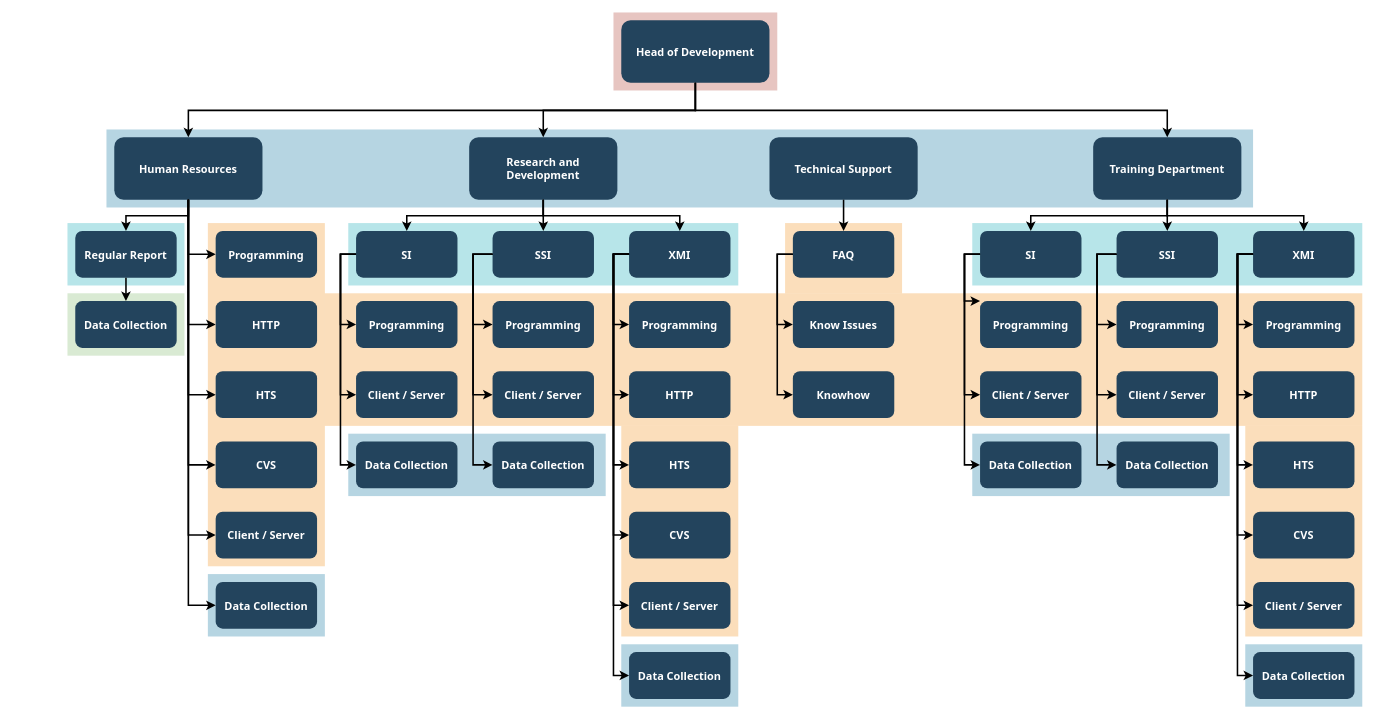
This is Untitled Diagram.drawio from eleanorMarquez/TYPO3CMS-Tutorial-GettingStarted, a draw.io file, before an edit. Source tidied: cells renumbered, new cells numbered last; positions are measured from the earlier drawing's top-left corner, leaving out a move shared by most shapes. Both pictures are drawn from the tidied source at 78%, with x=0, y=0 at pixel (67, 12).
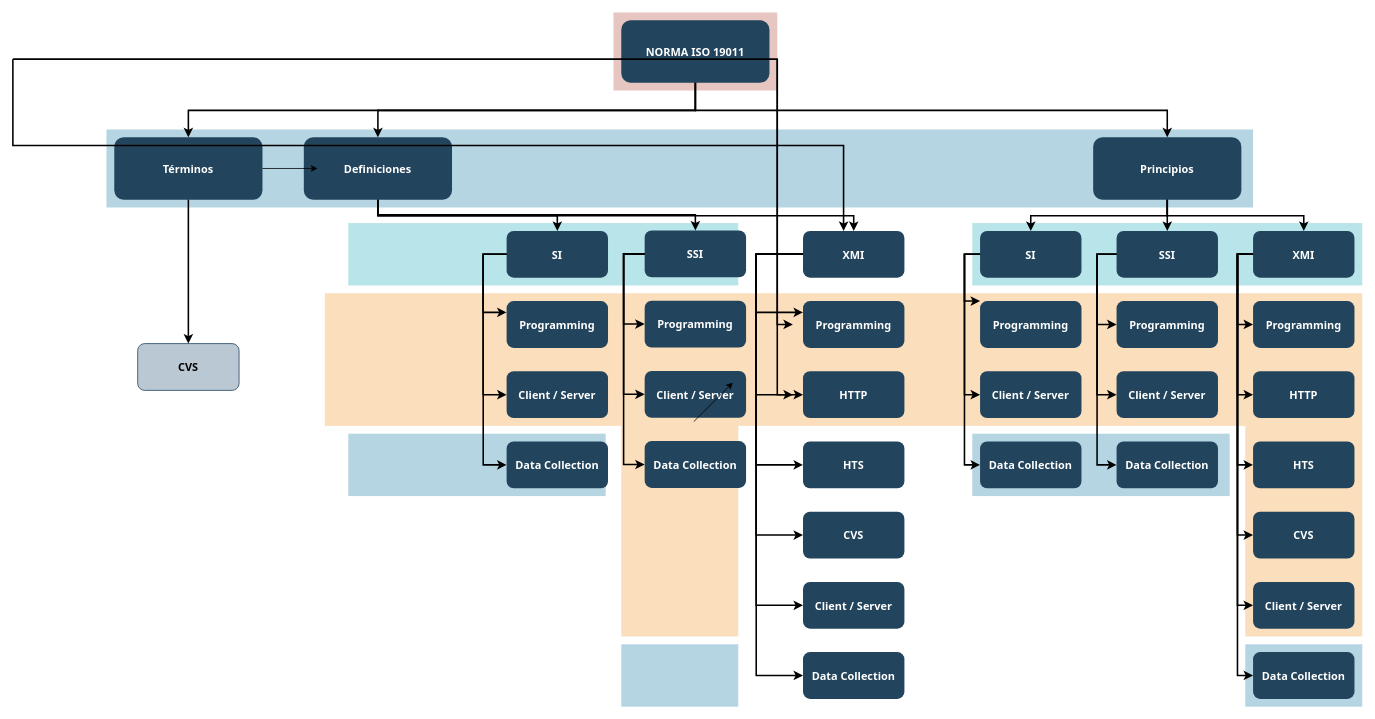
The same diagram, later.

Commit message (it also covers changes not shown here):
Norma ISO

What changed in the source:
```diff
@@
-    <mxCell id="5" style="fillColor=#F2931E;strokeColor=none;opacity=30;" parent="1" vertex="1">
-      <mxGeometry x="920" y="269.5" width="150" height="90" as="geometry" />
-    </mxCell>
@@
-    <mxCell id="7" style="fillColor=#F2931E;strokeColor=none;opacity=30;" parent="1" vertex="1">
-      <mxGeometry x="180" y="269.5" width="150" height="440" as="geometry" />
-    </mxCell>
@@
-    <mxCell id="13" style="fillColor=#10739E;strokeColor=none;opacity=30;" parent="1" vertex="1">
-      <mxGeometry x="180" y="719.5" width="150" height="80" as="geometry" />
-    </mxCell>
-    <mxCell id="14" style="fillColor=#D9EAD3;strokeColor=none;" parent="1" vertex="1">
-      <mxGeometry y="359.5" width="150" height="80" as="geometry" />
-    </mxCell>
@@
-    <mxCell id="17" style="fillColor=#12AAB5;strokeColor=none;opacity=30;" parent="1" vertex="1">
-      <mxGeometry y="269.5" width="150" height="80" as="geometry" />
-    </mxCell>
-    <mxCell id="18" value="Head of Development" style="rounded=1;fillColor=#23445D;gradientColor=none;strokeColor=none;fontColor=#FFFFFF;fontStyle=1;fontFamily=Tahoma;fontSize=14;" parent="1" vertex="1">
+    <mxCell id="18" value="NORMA ISO 19011" style="rounded=1;fillColor=#23445D;gradientColor=none;strokeColor=none;fontColor=#FFFFFF;fontStyle=1;fontFamily=Tahoma;fontSize=14;" parent="1" vertex="1">
       <mxGeometry x="710" y="9.5" width="190" height="80" as="geometry" />
     </mxCell>
-    <mxCell id="19" value="Training Department" style="rounded=1;fillColor=#23445D;gradientColor=none;strokeColor=none;fontColor=#FFFFFF;fontStyle=1;fontFamily=Tahoma;fontSize=14;" parent="1" vertex="1">
+    <mxCell id="19" value="Principios" style="rounded=1;fillColor=#23445D;gradientColor=none;strokeColor=none;fontColor=#FFFFFF;fontStyle=1;fontFamily=Tahoma;fontSize=14;" parent="1" vertex="1">
       <mxGeometry x="1315" y="159.5" width="190" height="80" as="geometry" />
     </mxCell>
@@
-    <mxCell id="21" value="Technical Support" style="rounded=1;fillColor=#23445D;gradientColor=none;strokeColor=none;fontColor=#FFFFFF;fontStyle=1;fontFamily=Tahoma;fontSize=14;" parent="1" vertex="1">
-      <mxGeometry x="900" y="159.5" width="190" height="80" as="geometry" />
-    </mxCell>
-    <mxCell id="22" value="Research and &#10;Development" style="rounded=1;fillColor=#23445D;gradientColor=none;strokeColor=none;fontColor=#FFFFFF;fontStyle=1;fontFamily=Tahoma;fontSize=14;" parent="1" vertex="1">
-      <mxGeometry x="515" y="159.5" width="190" height="80" as="geometry" />
+    <mxCell id="22" value="Definiciones" style="rounded=1;fillColor=#23445D;gradientColor=none;strokeColor=none;fontColor=#FFFFFF;fontStyle=1;fontFamily=Tahoma;fontSize=14;" parent="1" vertex="1">
+      <mxGeometry x="303" y="159.5" width="190" height="80" as="geometry" />
     </mxCell>
-    <mxCell id="23" value="Human Resources" style="rounded=1;fillColor=#23445D;gradientColor=none;strokeColor=none;fontColor=#FFFFFF;fontStyle=1;fontFamily=Tahoma;fontSize=14;" parent="1" vertex="1">
+    <mxCell id="23" value="Términos" style="rounded=1;fillColor=#23445D;gradientColor=none;strokeColor=none;fontColor=#FFFFFF;fontStyle=1;fontFamily=Tahoma;fontSize=14;" parent="1" vertex="1">
       <mxGeometry x="60" y="159.5" width="190" height="80" as="geometry" />
     </mxCell>
-    <mxCell id="24" value="Regular Report" style="rounded=1;fillColor=#23445D;gradientColor=none;strokeColor=none;fontColor=#FFFFFF;fontStyle=1;fontFamily=Tahoma;fontSize=14;" parent="1" vertex="1">
-      <mxGeometry x="10" y="279.5" width="130" height="60" as="geometry" />
-    </mxCell>
-    <mxCell id="25" value="Data Collection" style="rounded=1;fillColor=#23445D;gradientColor=none;strokeColor=none;fontColor=#FFFFFF;fontStyle=1;fontFamily=Tahoma;fontSize=14;" parent="1" vertex="1">
-      <mxGeometry x="10" y="369.5" width="130" height="60" as="geometry" />
-    </mxCell>
-    <mxCell id="26" value="Programming" style="rounded=1;fillColor=#23445D;gradientColor=none;strokeColor=none;fontColor=#FFFFFF;fontStyle=1;fontFamily=Tahoma;fontSize=14;" parent="1" vertex="1">
-      <mxGeometry x="190" y="279.5" width="130" height="60" as="geometry" />
-    </mxCell>
-    <mxCell id="27" value="HTTP" style="rounded=1;fillColor=#23445D;gradientColor=none;strokeColor=none;fontColor=#FFFFFF;fontStyle=1;fontFamily=Tahoma;fontSize=14;" parent="1" vertex="1">
-      <mxGeometry x="190" y="369.5" width="130" height="60" as="geometry" />
-    </mxCell>
-    <mxCell id="28" value="HTS" style="rounded=1;fillColor=#23445D;gradientColor=none;strokeColor=none;fontColor=#FFFFFF;fontStyle=1;fontFamily=Tahoma;fontSize=14;" parent="1" vertex="1">
-      <mxGeometry x="190" y="459.5" width="130" height="60" as="geometry" />
-    </mxCell>
-    <mxCell id="29" value="CVS" style="rounded=1;fillColor=#23445D;gradientColor=none;strokeColor=none;fontColor=#FFFFFF;fontStyle=1;fontFamily=Tahoma;fontSize=14;" parent="1" vertex="1">
-      <mxGeometry x="190" y="549.5" width="130" height="60" as="geometry" />
+    <mxCell id="29" value="CVS" style="rounded=1;fillColor=#bac8d3;strokeColor=#23445d;fontStyle=1;fontFamily=Tahoma;fontSize=14;" parent="1" vertex="1">
+      <mxGeometry x="90" y="424" width="130" height="60" as="geometry" />
     </mxCell>
-    <mxCell id="30" value="Client / Server" style="rounded=1;fillColor=#23445D;gradientColor=none;strokeColor=none;fontColor=#FFFFFF;fontStyle=1;fontFamily=Tahoma;fontSize=14;" parent="1" vertex="1">
-      <mxGeometry x="190" y="639.5" width="130" height="60" as="geometry" />
-    </mxCell>
-    <mxCell id="31" value="Data Collection" style="rounded=1;fillColor=#23445D;gradientColor=none;strokeColor=none;fontColor=#FFFFFF;fontStyle=1;fontFamily=Tahoma;fontSize=14;" parent="1" vertex="1">
-      <mxGeometry x="190" y="729.5" width="130" height="60" as="geometry" />
-    </mxCell>
     <mxCell id="32" value="SI" style="rounded=1;fillColor=#23445D;gradientColor=none;strokeColor=none;fontColor=#FFFFFF;fontStyle=1;fontFamily=Tahoma;fontSize=14;" parent="1" vertex="1">
-      <mxGeometry x="370" y="279.5" width="130" height="60" as="geometry" />
+      <mxGeometry x="563" y="279.5" width="130" height="60" as="geometry" />
     </mxCell>
     <mxCell id="33" value="Programming" style="rounded=1;fillColor=#23445D;gradientColor=none;strokeColor=none;fontColor=#FFFFFF;fontStyle=1;fontFamily=Tahoma;fontSize=14;" parent="1" vertex="1">
-      <mxGeometry x="370" y="369.5" width="130" height="60" as="geometry" />
+      <mxGeometry x="563" y="369.5" width="130" height="60" as="geometry" />
     </mxCell>
     <mxCell id="34" value="Client / Server" style="rounded=1;fillColor=#23445D;gradientColor=none;strokeColor=none;fontColor=#FFFFFF;fontStyle=1;fontFamily=Tahoma;fontSize=14;" parent="1" vertex="1">
-      <mxGeometry x="370" y="459.5" width="130" height="60" as="geometry" />
+      <mxGeometry x="563" y="459.5" width="130" height="60" as="geometry" />
     </mxCell>
     <mxCell id="35" value="Data Collection" style="rounded=1;fillColor=#23445D;gradientColor=none;strokeColor=none;fontColor=#FFFFFF;fontStyle=1;fontFamily=Tahoma;fontSize=14;" parent="1" vertex="1">
-      <mxGeometry x="370" y="549.5" width="130" height="60" as="geometry" />
+      <mxGeometry x="563" y="549.5" width="130" height="60" as="geometry" />
     </mxCell>
     <mxCell id="36" value="SSI" style="rounded=1;fillColor=#23445D;gradientColor=none;strokeColor=none;fontColor=#FFFFFF;fontStyle=1;fontFamily=Tahoma;fontSize=14;" parent="1" vertex="1">
-      <mxGeometry x="545" y="279.5" width="130" height="60" as="geometry" />
+      <mxGeometry x="740" y="279" width="130" height="60" as="geometry" />
     </mxCell>
     <mxCell id="37" value="Programming" style="rounded=1;fillColor=#23445D;gradientColor=none;strokeColor=none;fontColor=#FFFFFF;fontStyle=1;fontFamily=Tahoma;fontSize=14;" parent="1" vertex="1">
-      <mxGeometry x="545" y="369.5" width="130" height="60" as="geometry" />
+      <mxGeometry x="740" y="369" width="130" height="60" as="geometry" />
     </mxCell>
     <mxCell id="38" value="Client / Server" style="rounded=1;fillColor=#23445D;gradientColor=none;strokeColor=none;fontColor=#FFFFFF;fontStyle=1;fontFamily=Tahoma;fontSize=14;" parent="1" vertex="1">
-      <mxGeometry x="545" y="459.5" width="130" height="60" as="geometry" />
+      <mxGeometry x="740" y="459" width="130" height="60" as="geometry" />
     </mxCell>
     <mxCell id="39" value="Data Collection" style="rounded=1;fillColor=#23445D;gradientColor=none;strokeColor=none;fontColor=#FFFFFF;fontStyle=1;fontFamily=Tahoma;fontSize=14;" parent="1" vertex="1">
-      <mxGeometry x="545" y="549.5" width="130" height="60" as="geometry" />
+      <mxGeometry x="740" y="549" width="130" height="60" as="geometry" />
     </mxCell>
     <mxCell id="40" value="XMI" style="rounded=1;fillColor=#23445D;gradientColor=none;strokeColor=none;fontColor=#FFFFFF;fontStyle=1;fontFamily=Tahoma;fontSize=14;" parent="1" vertex="1">
-      <mxGeometry x="720" y="279.5" width="130" height="60" as="geometry" />
+      <mxGeometry x="943" y="279.5" width="130" height="60" as="geometry" />
     </mxCell>
     <mxCell id="41" value="Programming" style="rounded=1;fillColor=#23445D;gradientColor=none;strokeColor=none;fontColor=#FFFFFF;fontStyle=1;fontFamily=Tahoma;fontSize=14;" parent="1" vertex="1">
-      <mxGeometry x="720" y="369.5" width="130" height="60" as="geometry" />
+      <mxGeometry x="943" y="369.5" width="130" height="60" as="geometry" />
     </mxCell>
     <mxCell id="42" value="HTTP" style="rounded=1;fillColor=#23445D;gradientColor=none;strokeColor=none;fontColor=#FFFFFF;fontStyle=1;fontFamily=Tahoma;fontSize=14;" parent="1" vertex="1">
-      <mxGeometry x="720" y="459.5" width="130" height="60" as="geometry" />
+      <mxGeometry x="943" y="459.5" width="130" height="60" as="geometry" />
     </mxCell>
     <mxCell id="43" value="HTS" style="rounded=1;fillColor=#23445D;gradientColor=none;strokeColor=none;fontColor=#FFFFFF;fontStyle=1;fontFamily=Tahoma;fontSize=14;" parent="1" vertex="1">
-      <mxGeometry x="720" y="549.5" width="130" height="60" as="geometry" />
+      <mxGeometry x="943" y="549.5" width="130" height="60" as="geometry" />
     </mxCell>
     <mxCell id="44" value="CVS" style="rounded=1;fillColor=#23445D;gradientColor=none;strokeColor=none;fontColor=#FFFFFF;fontStyle=1;fontFamily=Tahoma;fontSize=14;" parent="1" vertex="1">
-      <mxGeometry x="720" y="639.5" width="130" height="60" as="geometry" />
+      <mxGeometry x="943" y="639.5" width="130" height="60" as="geometry" />
     </mxCell>
     <mxCell id="45" value="Client / Server" style="rounded=1;fillColor=#23445D;gradientColor=none;strokeColor=none;fontColor=#FFFFFF;fontStyle=1;fontFamily=Tahoma;fontSize=14;" parent="1" vertex="1">
-      <mxGeometry x="720" y="729.5" width="130" height="60" as="geometry" />
+      <mxGeometry x="943" y="729.5" width="130" height="60" as="geometry" />
     </mxCell>
     <mxCell id="46" value="Data Collection" style="rounded=1;fillColor=#23445D;gradientColor=none;strokeColor=none;fontColor=#FFFFFF;fontStyle=1;fontFamily=Tahoma;fontSize=14;" parent="1" vertex="1">
-      <mxGeometry x="720" y="819.5" width="130" height="60" as="geometry" />
+      <mxGeometry x="943" y="819.5" width="130" height="60" as="geometry" />
     </mxCell>
-    <mxCell id="47" value="FAQ" style="rounded=1;fillColor=#23445D;gradientColor=none;strokeColor=none;fontColor=#FFFFFF;fontStyle=1;fontFamily=Tahoma;fontSize=14;" parent="1" vertex="1">
-      <mxGeometry x="930" y="279.5" width="130" height="60" as="geometry" />
-    </mxCell>
-    <mxCell id="48" value="Know Issues" style="rounded=1;fillColor=#23445D;gradientColor=none;strokeColor=none;fontColor=#FFFFFF;fontStyle=1;fontFamily=Tahoma;fontSize=14;" parent="1" vertex="1">
-      <mxGeometry x="930" y="369.5" width="130" height="60" as="geometry" />
-    </mxCell>
-    <mxCell id="49" value="Knowhow" style="rounded=1;fillColor=#23445D;gradientColor=none;strokeColor=none;fontColor=#FFFFFF;fontStyle=1;fontFamily=Tahoma;fontSize=14;" parent="1" vertex="1">
-      <mxGeometry x="930" y="459.5" width="130" height="60" as="geometry" />
-    </mxCell>
@@
-    <mxCell id="67" style="edgeStyle=elbowEdgeStyle;elbow=vertical;strokeWidth=2;rounded=0;" parent="1" edge="1" source="23" target="24">
-      <mxGeometry x="-23" y="135.5" as="geometry" />
-    </mxCell>
-    <mxCell id="68" style="edgeStyle=elbowEdgeStyle;elbow=horizontal;strokeWidth=2;rounded=0;" parent="1" edge="1" source="23" target="26">
-      <mxGeometry x="-23" y="135.5" as="geometry">
-        <Array as="points">
-          <mxPoint x="155" y="259.5" />
-        </Array>
-      </mxGeometry>
-    </mxCell>
-    <mxCell id="69" style="edgeStyle=elbowEdgeStyle;elbow=horizontal;strokeWidth=2;rounded=0;" parent="1" edge="1" source="23" target="27">
-      <mxGeometry x="-23" y="135.5" as="geometry">
-        <Array as="points">
-          <mxPoint x="155" y="299.5" />
-        </Array>
-      </mxGeometry>
-    </mxCell>
-    <mxCell id="70" style="edgeStyle=elbowEdgeStyle;elbow=horizontal;strokeWidth=2;rounded=0;" parent="1" edge="1" source="23" target="28">
-      <mxGeometry x="-23" y="135.5" as="geometry">
-        <Array as="points">
-          <mxPoint x="155" y="349.5" />
-        </Array>
-      </mxGeometry>
-    </mxCell>
@@
-    <mxCell id="72" style="edgeStyle=elbowEdgeStyle;elbow=horizontal;strokeWidth=2;rounded=0;" parent="1" edge="1" source="23" target="30">
-      <mxGeometry x="-23" y="135.5" as="geometry">
-        <Array as="points">
-          <mxPoint x="155" y="439.5" />
-        </Array>
-      </mxGeometry>
-    </mxCell>
-    <mxCell id="73" style="edgeStyle=elbowEdgeStyle;elbow=horizontal;strokeWidth=2;rounded=0;" parent="1" edge="1" source="23" target="31">
-      <mxGeometry x="-23" y="135.5" as="geometry">
-        <Array as="points">
-          <mxPoint x="155" y="489.5" />
-        </Array>
-      </mxGeometry>
-    </mxCell>
     <mxCell id="74" style="edgeStyle=elbowEdgeStyle;elbow=horizontal;strokeWidth=2;rounded=0;" parent="1" edge="1" source="32" target="33">
       <mxGeometry x="-23" y="135.5" as="geometry">
         <Array as="points">
+          <mxPoint x="533" y="384" />
           <mxPoint x="350" y="359.5" />
         </Array>
       </mxGeometry>
     </mxCell>
     <mxCell id="75" style="edgeStyle=elbowEdgeStyle;elbow=horizontal;strokeWidth=2;rounded=0;" parent="1" edge="1" source="32" target="34">
       <mxGeometry x="-23" y="135.5" as="geometry">
         <Array as="points">
+          <mxPoint x="533" y="454" />
           <mxPoint x="350" y="399.5" />
         </Array>
       </mxGeometry>
     </mxCell>
     <mxCell id="76" style="edgeStyle=elbowEdgeStyle;elbow=horizontal;strokeWidth=2;rounded=0;" parent="1" edge="1" source="32" target="35">
       <mxGeometry x="-23" y="135.5" as="geometry">
         <Array as="points">
+          <mxPoint x="533" y="374" />
           <mxPoint x="350" y="439.5" />
         </Array>
       </mxGeometry>
     </mxCell>
     <mxCell id="77" style="edgeStyle=elbowEdgeStyle;elbow=horizontal;strokeWidth=2;rounded=0;" parent="1" edge="1" source="36" target="37">
       <mxGeometry x="-23" y="135.5" as="geometry">
         <Array as="points">
+          <mxPoint x="713" y="364" />
           <mxPoint x="520" y="359.5" />
         </Array>
       </mxGeometry>
     </mxCell>
     <mxCell id="78" style="edgeStyle=elbowEdgeStyle;elbow=horizontal;strokeWidth=2;rounded=0;" parent="1" edge="1" source="36" target="38">
       <mxGeometry x="-23" y="135.5" as="geometry">
         <Array as="points">
+          <mxPoint x="713" y="434" />
           <mxPoint x="520" y="399.5" />
         </Array>
       </mxGeometry>
     </mxCell>
     <mxCell id="79" style="edgeStyle=elbowEdgeStyle;elbow=horizontal;strokeWidth=2;rounded=0;" parent="1" edge="1" source="36" target="39">
       <mxGeometry x="-23" y="135.5" as="geometry">
         <Array as="points">
+          <mxPoint x="713" y="394" />
           <mxPoint x="520" y="439.5" />
         </Array>
       </mxGeometry>
     </mxCell>
     <mxCell id="80" style="edgeStyle=elbowEdgeStyle;elbow=horizontal;strokeWidth=2;rounded=0;" parent="1" edge="1" source="40" target="41">
       <mxGeometry x="-23" y="135.5" as="geometry">
         <Array as="points">
+          <mxPoint x="883" y="384" />
           <mxPoint x="700" y="359.5" />
         </Array>
       </mxGeometry>
     </mxCell>
     <mxCell id="81" style="edgeStyle=elbowEdgeStyle;elbow=horizontal;strokeWidth=2;rounded=0;" parent="1" edge="1" source="40" target="42">
       <mxGeometry x="-23" y="135.5" as="geometry">
         <Array as="points">
+          <mxPoint x="883" y="444" />
           <mxPoint x="700" y="399.5" />
         </Array>
       </mxGeometry>
     </mxCell>
     <mxCell id="82" style="edgeStyle=elbowEdgeStyle;elbow=horizontal;strokeWidth=2;rounded=0;" parent="1" edge="1" source="40" target="43">
       <mxGeometry x="-23" y="135.5" as="geometry">
         <Array as="points">
+          <mxPoint x="883" y="524" />
           <mxPoint x="700" y="449.5" />
         </Array>
       </mxGeometry>
     </mxCell>
     <mxCell id="83" style="edgeStyle=elbowEdgeStyle;elbow=horizontal;strokeWidth=2;rounded=0;" parent="1" edge="1" source="40" target="44">
       <mxGeometry x="-23" y="135.5" as="geometry">
         <Array as="points">
+          <mxPoint x="883" y="454" />
           <mxPoint x="700" y="489.5" />
         </Array>
       </mxGeometry>
     </mxCell>
     <mxCell id="84" style="edgeStyle=elbowEdgeStyle;elbow=horizontal;strokeWidth=2;rounded=0;" parent="1" edge="1" source="40" target="45">
       <mxGeometry x="-23" y="135.5" as="geometry">
         <Array as="points">
+          <mxPoint x="883" y="484" />
           <mxPoint x="700" y="529.5" />
         </Array>
       </mxGeometry>
     </mxCell>
     <mxCell id="85" style="edgeStyle=elbowEdgeStyle;elbow=horizontal;strokeWidth=2;rounded=0;" parent="1" edge="1" source="40" target="46">
       <mxGeometry x="-23" y="135.5" as="geometry">
         <Array as="points">
+          <mxPoint x="883" y="494" />
+          <mxPoint x="803" y="634" />
           <mxPoint x="700" y="579.5" />
         </Array>
       </mxGeometry>
     </mxCell>
-    <mxCell id="86" style="edgeStyle=elbowEdgeStyle;elbow=horizontal;strokeWidth=2;rounded=0;" parent="1" edge="1" source="47" target="48">
+    <mxCell id="86" style="edgeStyle=elbowEdgeStyle;elbow=horizontal;strokeWidth=2;rounded=0;" parent="1" edge="1">
       <mxGeometry x="-23" y="135.5" as="geometry">
+        <mxPoint x="-70" y="59.5" as="sourcePoint" />
+        <mxPoint x="930" y="399.5" as="targetPoint" />
         <Array as="points">
           <mxPoint x="910" y="359.5" />
         </Array>
       </mxGeometry>
     </mxCell>
-    <mxCell id="87" style="edgeStyle=elbowEdgeStyle;elbow=horizontal;strokeWidth=2;rounded=0;" parent="1" edge="1" source="47" target="49">
+    <mxCell id="87" style="edgeStyle=elbowEdgeStyle;elbow=horizontal;strokeWidth=2;rounded=0;" parent="1" edge="1">
       <mxGeometry x="-23" y="135.5" as="geometry">
+        <mxPoint x="-70" y="59.5" as="sourcePoint" />
+        <mxPoint x="930" y="489.5" as="targetPoint" />
         <Array as="points">
           <mxPoint x="910" y="409.5" />
         </Array>
       </mxGeometry>
     </mxCell>
@@
-    <mxCell id="103" style="edgeStyle=elbowEdgeStyle;elbow=vertical;strokeWidth=2;rounded=0;" parent="1" edge="1" source="21" target="47">
-      <mxGeometry x="-23" y="135.5" as="geometry" />
+    <mxCell id="103" style="edgeStyle=elbowEdgeStyle;elbow=vertical;strokeWidth=2;rounded=0;" parent="1" edge="1">
+      <mxGeometry x="-23" y="135.5" as="geometry">
+        <mxPoint x="-70" y="59.5" as="sourcePoint" />
+        <mxPoint x="995" y="279.5" as="targetPoint" />
+      </mxGeometry>
     </mxCell>
@@
-    <mxCell id="107" style="edgeStyle=elbowEdgeStyle;elbow=vertical;rounded=0;strokeWidth=2;" parent="1" edge="1" source="24" target="25">
-      <mxGeometry x="-23" y="135.5" as="geometry" />
-    </mxCell>
+    <mxCell id="108" style="endArrow=classic;html=1;" parent="1" edge="1">
+      <mxGeometry relative="1" as="geometry">
+        <mxPoint x="803" y="524" as="sourcePoint" />
+        <mxPoint x="853" y="474" as="targetPoint" />
+      </mxGeometry>
+    </mxCell>
+    <mxCell id="109" style="endArrow=classic;html=1;" parent="1" edge="1" source="23">
+      <mxGeometry relative="1" as="geometry">
+        <mxPoint x="320.7" y="199.5" as="targetPoint" />
+      </mxGeometry>
+    </mxCell>
```
